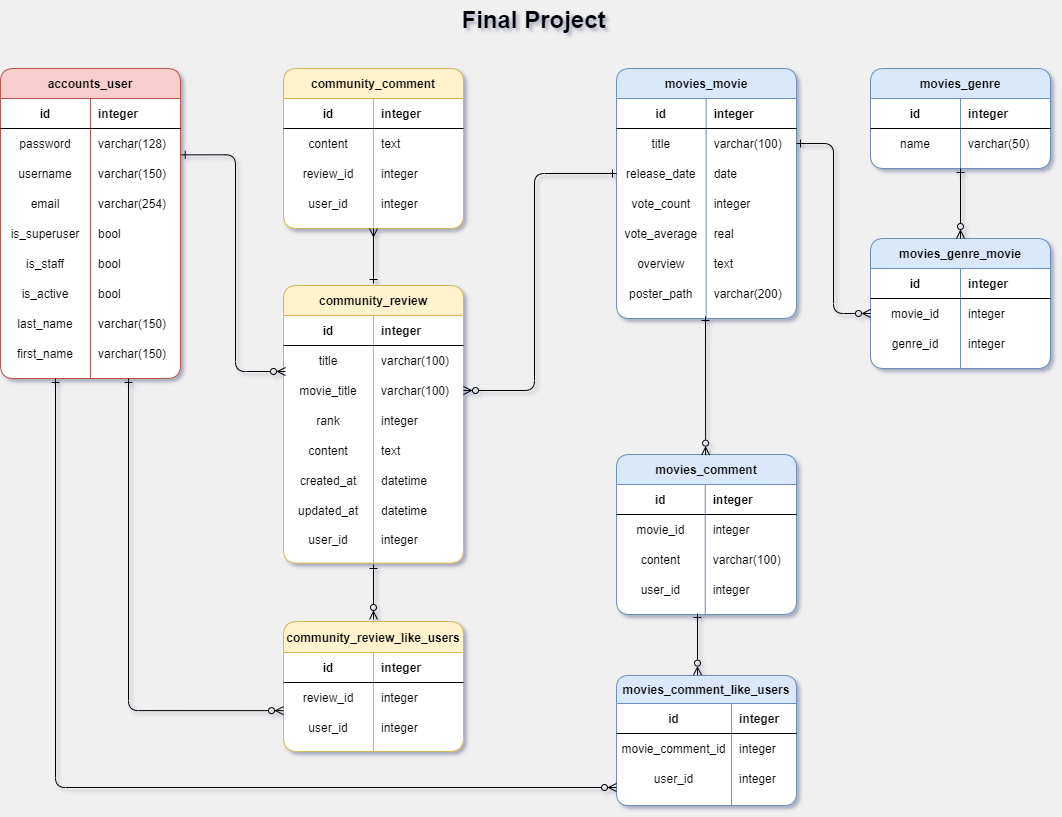
This is README.assets/erd.png from Hasky96/pjt-movie, a draw.io export, as it was before one commit. Source tidied: cells renumbered, new cells last; positions are measured from the earlier drawing's top-left corner, leaving out a move shared by most shapes.
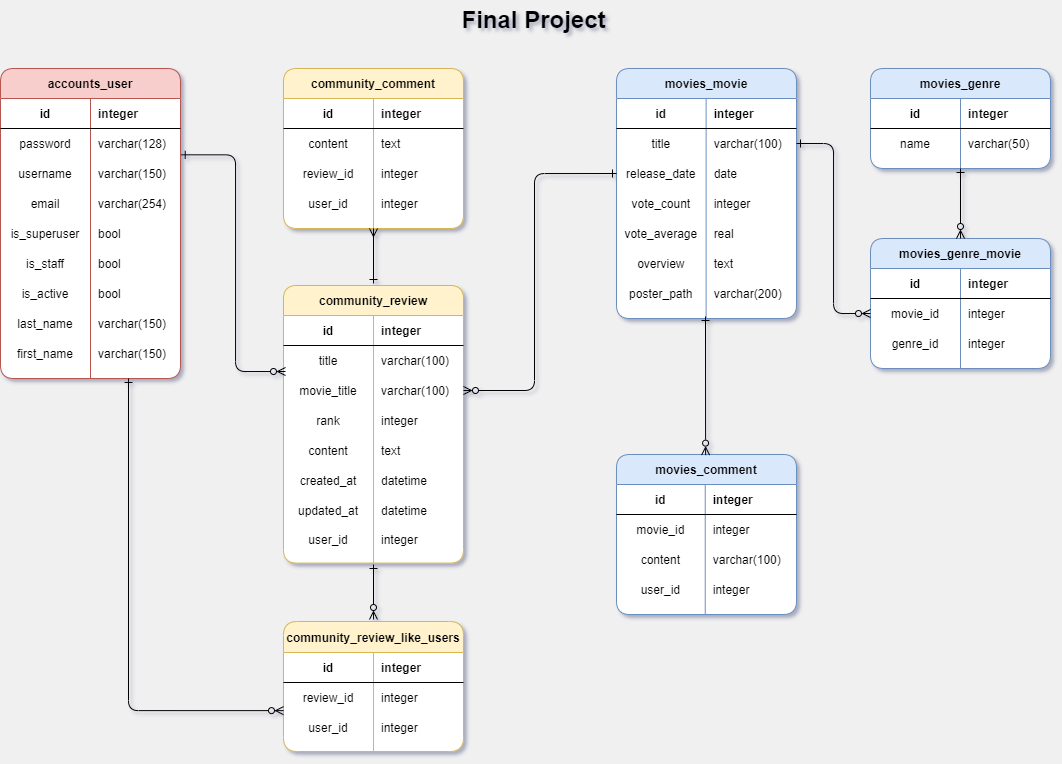
After the change.

Diff of the diagram source:
```diff
@@ -439,48 +439,5 @@
         </Array>
       </mxGeometry>
     </mxCell>
-    <mxCell id="139" value="movies_comment_like_users" style="shape=table;startSize=28;rowLines=0;fontStyle=1;align=center;fillColor=#dae8fc;strokeColor=#6c8ebf;swimlaneFillColor=default;rounded=1;" parent="1" vertex="1">
-      <mxGeometry x="616" y="675" width="180" height="130" as="geometry" />
-    </mxCell>
-    <mxCell id="140" style="shape=partialRectangle;fillColor=none;top=0;left=0;bottom=1;right=0;rounded=1;" parent="139" vertex="1">
-      <mxGeometry y="28" width="180" height="30" as="geometry" />
-    </mxCell>
-    <mxCell id="141" value="id" style="shape=partialRectangle;fillColor=none;top=0;left=0;bottom=0;right=0;fontStyle=1;overflow=hidden;rounded=1;" parent="140" vertex="1">
-      <mxGeometry width="115.1" height="30" as="geometry" />
-    </mxCell>
-    <mxCell id="142" value="integer" style="shape=partialRectangle;fillColor=none;top=0;left=0;bottom=0;right=0;align=left;spacingLeft=6;fontStyle=1;overflow=hidden;rounded=1;" parent="140" vertex="1">
-      <mxGeometry x="115.1" width="64.9" height="30" as="geometry" />
-    </mxCell>
-    <mxCell id="143" style="shape=partialRectangle;fillColor=none;top=0;left=0;bottom=0;right=0;rounded=1;" parent="139" vertex="1">
-      <mxGeometry y="58" width="180" height="30" as="geometry" />
-    </mxCell>
-    <mxCell id="144" value="movie_comment_id" style="shape=partialRectangle;fillColor=none;top=0;left=0;bottom=0;right=0;overflow=hidden;rounded=1;" parent="143" vertex="1">
-      <mxGeometry width="115.1" height="30" as="geometry" />
-    </mxCell>
-    <mxCell id="145" value="integer" style="shape=partialRectangle;fillColor=none;top=0;left=0;bottom=0;right=0;align=left;spacingLeft=6;overflow=hidden;rounded=1;" parent="143" vertex="1">
-      <mxGeometry x="115.1" width="64.9" height="30" as="geometry" />
-    </mxCell>
-    <mxCell id="146" style="shape=partialRectangle;fillColor=none;top=0;left=0;bottom=0;right=0;points=[[0,0.5],[1,0.5]];portConstraint=eastwest;rounded=1;" parent="139" vertex="1">
-      <mxGeometry y="88" width="180" height="30" as="geometry" />
-    </mxCell>
-    <mxCell id="147" value="user_id" style="shape=partialRectangle;fillColor=none;top=0;left=0;bottom=0;right=0;overflow=hidden;rounded=1;" parent="146" vertex="1">
-      <mxGeometry width="115.1" height="30" as="geometry" />
-    </mxCell>
-    <mxCell id="148" value="integer" style="shape=partialRectangle;fillColor=none;top=0;left=0;bottom=0;right=0;align=left;spacingLeft=6;overflow=hidden;rounded=1;" parent="146" vertex="1">
-      <mxGeometry x="115.1" width="64.9" height="30" as="geometry" />
-    </mxCell>
-    <mxCell id="149" style="endArrow=ERzeroToMany;html=1;startArrow=ERone;startFill=0;endFill=0;fontColor=#000000;edgeStyle=orthogonalEdgeStyle;" parent="1" edge="1" target="146">
-      <mxGeometry relative="1" as="geometry">
-        <mxPoint x="55" y="378" as="sourcePoint" />
-        <Array as="points">
-          <mxPoint x="55" y="787" />
-        </Array>
-      </mxGeometry>
-    </mxCell>
-    <mxCell id="150" style="endArrow=ERzeroToMany;html=1;startArrow=ERone;startFill=0;endFill=0;fontColor=#000000;entryX=0.45;entryY=-0.003;entryDx=0;entryDy=0;entryPerimeter=0;" parent="1" edge="1" target="139">
-      <mxGeometry relative="1" as="geometry">
-        <mxPoint x="697" y="613" as="sourcePoint" />
-      </mxGeometry>
-    </mxCell>
   </root>
 </mxGraphModel>
```
